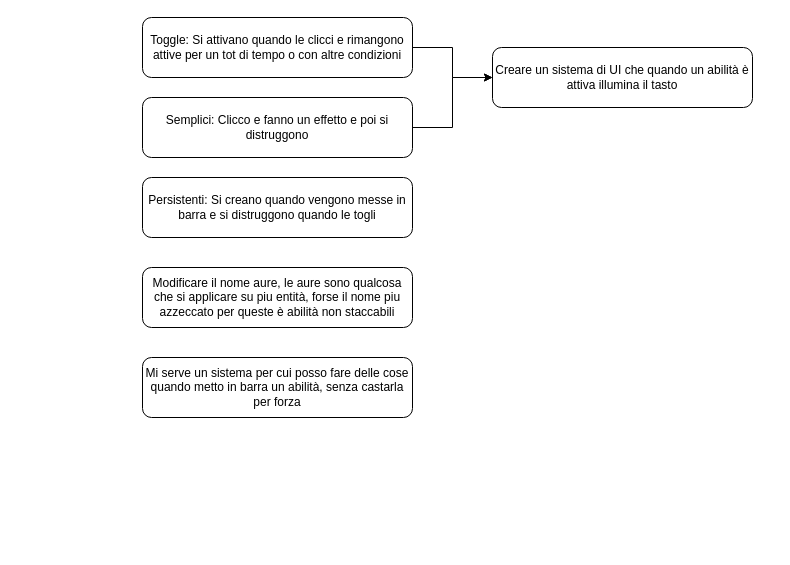
Before: Diagrams/Diagramma senza titolo.drawio in andrex903/OdenFlow, a draw.io diagram. Source tidied: cells renumbered, new cells numbered last; positions are measured from the earlier drawing's top-left corner, leaving out a move shared by most shapes. Both pictures are drawn from the tidied source at 100%, with x=0, y=0 at pixel (142, 17).
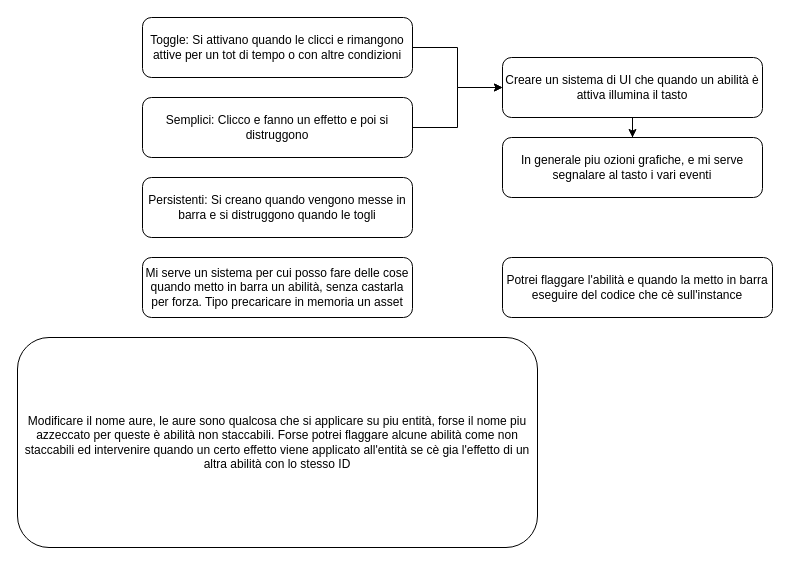
Above is the later version.

Change to the diagram source:
```diff
@@
 <mxGraphModel>
   <root>
     <mxCell id="0" />
     <mxCell id="1" parent="0" />
     <mxCell id="2" style="edgeStyle=orthogonalEdgeStyle;rounded=0;jettySize=auto;html=1;entryX=0;entryY=0.5;entryDx=0;entryDy=0;" parent="1" edge="1" source="3" target="7">
       <mxGeometry relative="1" as="geometry" />
     </mxCell>
     <mxCell id="3" value="Semplici: Clicco e fanno un effetto e poi si distruggono" style="rounded=1;whiteSpace=wrap;html=1;" parent="1" vertex="1">
       <mxGeometry y="80" width="270" height="60" as="geometry" />
     </mxCell>
     <mxCell id="4" value="Persistenti: Si creano quando vengono messe in barra e si distruggono quando le togli" style="rounded=1;whiteSpace=wrap;html=1;" parent="1" vertex="1">
       <mxGeometry y="160" width="270" height="60" as="geometry" />
     </mxCell>
     <mxCell id="5" style="edgeStyle=orthogonalEdgeStyle;rounded=0;jettySize=auto;html=1;entryX=0;entryY=0.5;entryDx=0;entryDy=0;" parent="1" edge="1" source="6" target="7">
       <mxGeometry relative="1" as="geometry" />
     </mxCell>
     <mxCell id="6" value="Toggle: Si attivano quando le clicci e rimangono attive per un tot di tempo o con altre condizioni" style="rounded=1;whiteSpace=wrap;html=1;" parent="1" vertex="1">
       <mxGeometry width="270" height="60" as="geometry" />
     </mxCell>
+    <mxCell id="10" style="edgeStyle=orthogonalEdgeStyle;rounded=0;jettySize=auto;html=1;entryX=0.5;entryY=0;entryDx=0;entryDy=0;" parent="1" edge="1" source="7" target="11">
+      <mxGeometry relative="1" as="geometry" />
+    </mxCell>
     <mxCell id="7" value="Creare un sistema di UI che quando un abilità è attiva illumina il tasto" style="rounded=1;whiteSpace=wrap;html=1;" parent="1" vertex="1">
-      <mxGeometry x="350" y="30" width="260" height="60" as="geometry" />
+      <mxGeometry x="360" y="40" width="260" height="60" as="geometry" />
     </mxCell>
-    <mxCell id="8" value="Modificare il nome aure, le aure sono qualcosa che si applicare su piu entità, forse il nome piu azzeccato per queste è abilità non staccabili" style="rounded=1;whiteSpace=wrap;html=1;" parent="1" vertex="1">
-      <mxGeometry y="250" width="270" height="60" as="geometry" />
+    <mxCell id="8" value="Modificare il nome aure, le aure sono qualcosa che si applicare su piu entità, forse il nome piu azzeccato per queste è abilità non staccabili. Forse potrei flaggare alcune abilità come non staccabili ed intervenire quando un certo effetto viene applicato all'entità se cè gia l'effetto di un altra abilità con lo stesso ID" style="rounded=1;whiteSpace=wrap;html=1;" parent="1" vertex="1">
+      <mxGeometry x="-125" y="320" width="520" height="210" as="geometry" />
     </mxCell>
-    <mxCell id="9" value="Mi serve un sistema per cui posso fare delle cose quando metto in barra un abilità, senza castarla per forza" style="rounded=1;whiteSpace=wrap;html=1;" parent="1" vertex="1">
-      <mxGeometry y="340" width="270" height="60" as="geometry" />
+    <mxCell id="9" value="Mi serve un sistema per cui posso fare delle cose quando metto in barra un abilità, senza castarla per forza. Tipo precaricare in memoria un asset" style="rounded=1;whiteSpace=wrap;html=1;" parent="1" vertex="1">
+      <mxGeometry y="240" width="270" height="60" as="geometry" />
     </mxCell>
+    <mxCell id="11" value="In generale piu ozioni grafiche, e mi serve segnalare al tasto i vari eventi" style="rounded=1;whiteSpace=wrap;html=1;" parent="1" vertex="1">
+      <mxGeometry x="360" y="120" width="260" height="60" as="geometry" />
+    </mxCell>
+    <mxCell id="12" value="Potrei flaggare l'abilità e quando la metto in barra eseguire del codice che cè sull'instance" style="rounded=1;whiteSpace=wrap;html=1;" parent="1" vertex="1">
+      <mxGeometry x="360" y="240" width="270" height="60" as="geometry" />
+    </mxCell>
   </root>
 </mxGraphModel>
```
